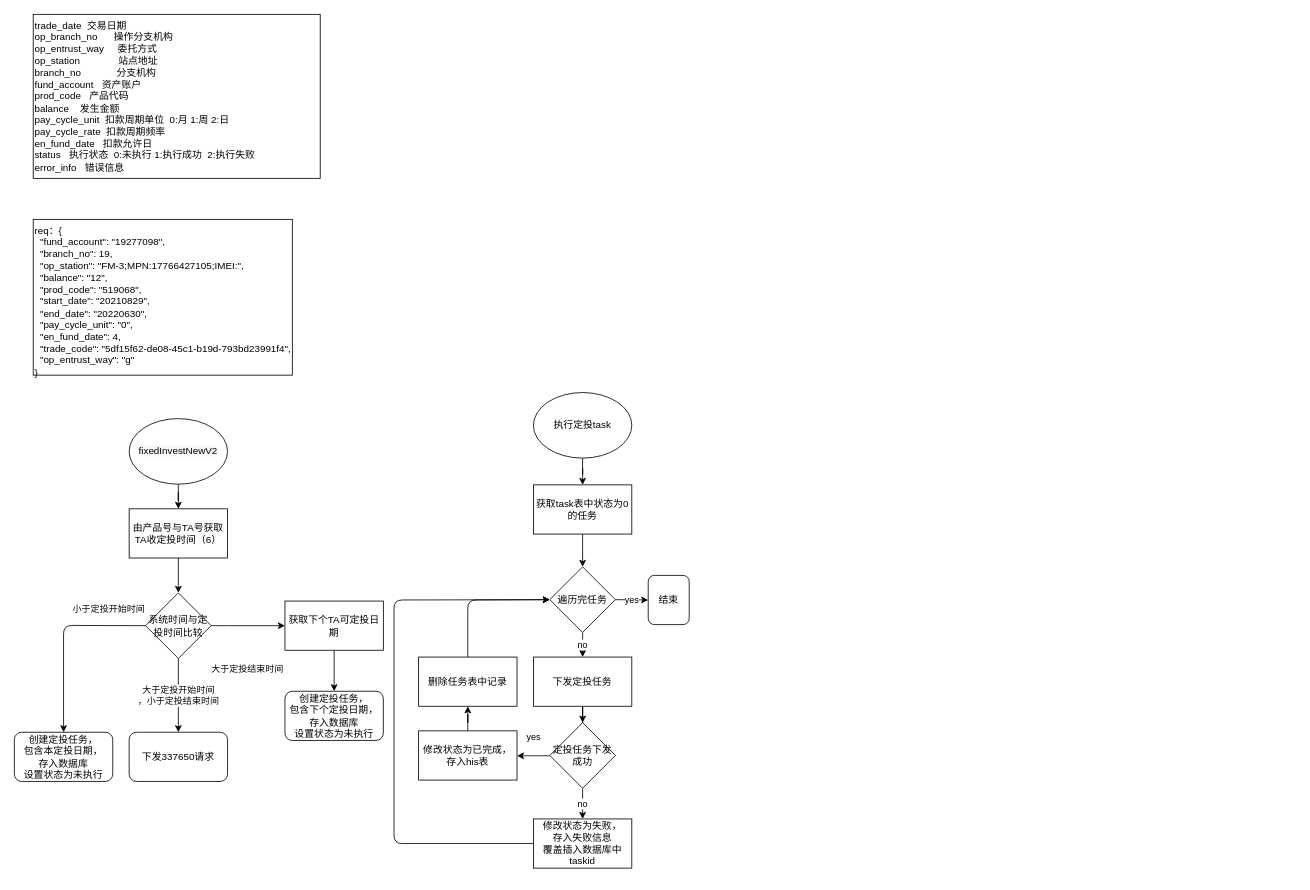
Before: page "Page-1" (1 of 2) of 定投情况.drawio in leehomda/firsttest, a draw.io diagram. Source tidied: cells renumbered, new cells numbered last; positions are measured from the earlier drawing's top-left corner, leaving out a move shared by most shapes. Both pictures are drawn from the tidied source at 82%, with x=0, y=0 at pixel (14, 14).
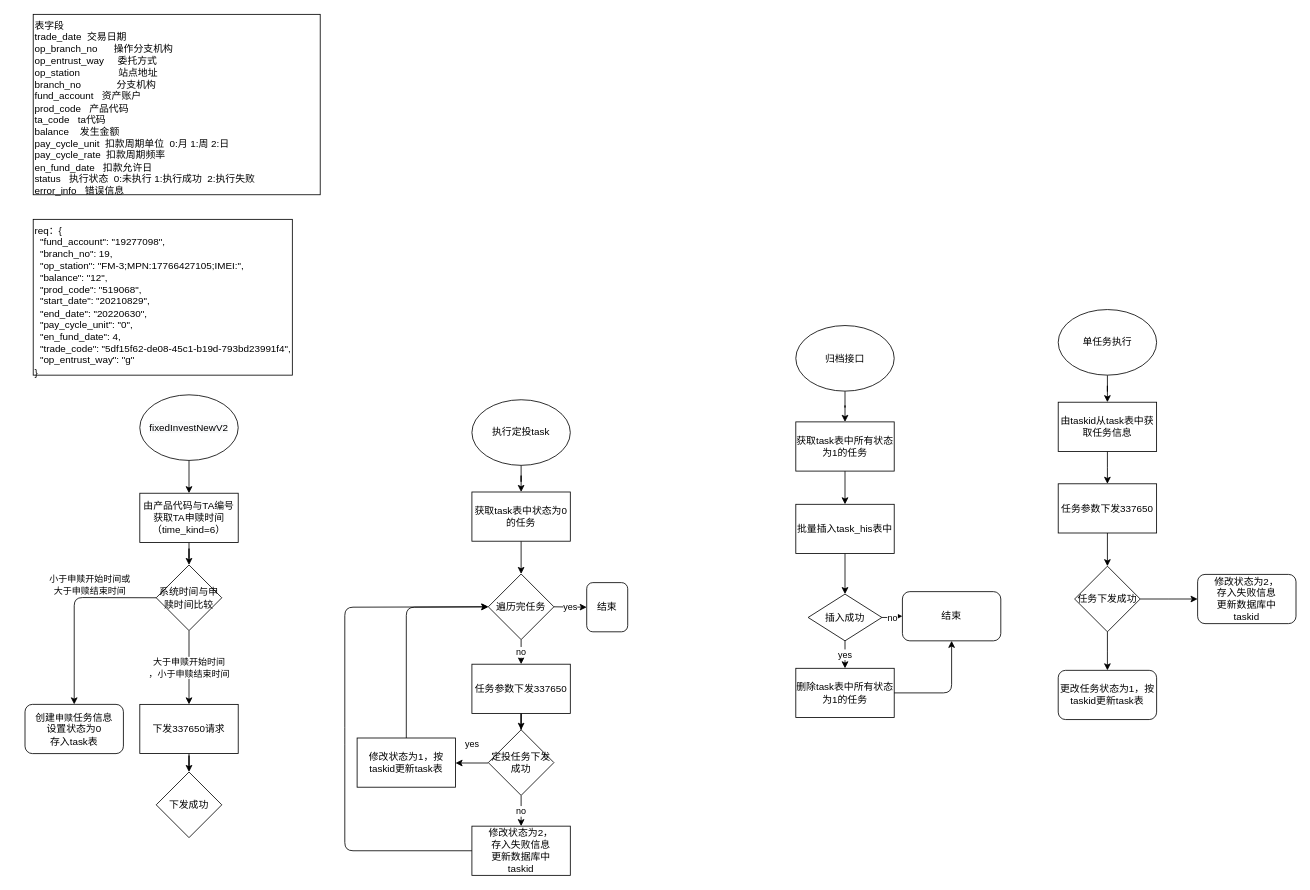
After the change.

The edit, as a diff of the source:
```diff
@@
     <mxCell id="4" value="&#10;&#10;&lt;span style=&quot;color: rgb(0, 0, 0); font-family: helvetica; font-size: 12px; font-style: normal; font-weight: 400; letter-spacing: normal; text-align: center; text-indent: 0px; text-transform: none; word-spacing: 0px; background-color: rgb(248, 249, 250); display: inline; float: none;&quot;&gt;fixedInvestNewV2&lt;/span&gt;&#10;&#10;" style="ellipse;whiteSpace=wrap;html=1;align=center;verticalAlign=middle;" parent="1" vertex="1">
-      <mxGeometry x="140" y="493" width="120" height="80" as="geometry" />
+      <mxGeometry x="153" y="464" width="120" height="80" as="geometry" />
     </mxCell>
@@
-    <mxCell id="6" value="由产品号与TA号获取TA收定投时间（6）" style="rounded=0;whiteSpace=wrap;html=1;align=center;verticalAlign=middle;" parent="1" vertex="1">
-      <mxGeometry x="140" y="603" width="120" height="60" as="geometry" />
+    <mxCell id="6" value="由产品代码与TA编号获取TA申赎时间（time_kind=6）" style="rounded=0;whiteSpace=wrap;html=1;align=center;verticalAlign=middle;" parent="1" vertex="1">
+      <mxGeometry x="153" y="584" width="120" height="60" as="geometry" />
     </mxCell>
-    <mxCell id="7" value="大于定投开始时间&lt;br&gt;，小于定投结束时间" style="edgeStyle=orthogonalEdgeStyle;rounded=0;jettySize=auto;html=1;entryX=0.5;entryY=0;entryDx=0;entryDy=0;" parent="1" edge="1" source="8" target="15">
-      <mxGeometry relative="1" as="geometry" />
+    <mxCell id="7" value="大于申赎开始时间&lt;br&gt;，小于申赎结束时间" style="edgeStyle=orthogonalEdgeStyle;rounded=0;jettySize=auto;html=1;entryX=0.5;entryY=0;entryDx=0;entryDy=0;" parent="1" edge="1" source="8">
+      <mxGeometry relative="1" as="geometry">
+        <mxPoint x="213" y="841.5" as="targetPoint" />
+      </mxGeometry>
     </mxCell>
-    <mxCell id="8" value="系统时间与定投时间比较" style="rhombus;whiteSpace=wrap;html=1;align=center;verticalAlign=middle;" parent="1" vertex="1">
-      <mxGeometry x="160" y="705.5" width="80" height="80" as="geometry" />
+    <mxCell id="8" value="系统时间与申赎时间比较" style="rhombus;whiteSpace=wrap;html=1;align=center;verticalAlign=middle;" parent="1" vertex="1">
+      <mxGeometry x="173" y="671.5" width="80" height="80" as="geometry" />
     </mxCell>
-    <mxCell id="9" style="edgeStyle=orthogonalEdgeStyle;rounded=0;jettySize=auto;html=1;" parent="1" edge="1" source="10" target="11">
-      <mxGeometry relative="1" as="geometry" />
+    <mxCell id="9" style="edgeStyle=orthogonalEdgeStyle;rounded=0;orthogonalLoop=1;jettySize=auto;html=1;" parent="1" edge="1">
+      <mxGeometry relative="1" as="geometry">
+        <mxPoint x="390" y="775.5" as="sourcePoint" />
+      </mxGeometry>
     </mxCell>
-    <mxCell id="10" value="获取下个TA可定投日期" style="rounded=0;whiteSpace=wrap;html=1;align=center;verticalAlign=middle;" parent="1" vertex="1">
-      <mxGeometry x="330" y="715.5" width="120" height="60" as="geometry" />
-    </mxCell>
-    <mxCell id="11" value="&lt;span&gt;创建定投任务，&lt;/span&gt;&lt;br&gt;&lt;span&gt;包含下个定投日期，存入数据库&lt;br&gt;&lt;/span&gt;设置状态为未执行&lt;span&gt;&lt;br&gt;&lt;/span&gt;" style="rounded=1;whiteSpace=wrap;html=1;align=center;verticalAlign=middle;" parent="1" vertex="1">
-      <mxGeometry x="330" y="825.5" width="120" height="60" as="geometry" />
-    </mxCell>
-    <mxCell id="12" style="endArrow=classic;html=1;exitX=1;exitY=0.5;exitDx=0;exitDy=0;entryX=0;entryY=0.5;entryDx=0;entryDy=0;" parent="1" edge="1" source="8" target="10">
-      <mxGeometry relative="1" as="geometry">
-        <Array as="points">
-          <mxPoint x="270" y="745.5" />
-        </Array>
-      </mxGeometry>
-    </mxCell>
-    <mxCell id="13" value="大于定投结束时间" style="edgeLabel;html=1;align=center;verticalAlign=middle;" parent="12" vertex="1">
-      <mxGeometry x="0.13" y="2" relative="1" as="geometry">
-        <mxPoint x="-8" y="55" as="offset" />
-      </mxGeometry>
-    </mxCell>
-    <mxCell id="14" value="小于定投开始时间" style="endArrow=classic;html=1;exitX=0;exitY=0.5;exitDx=0;exitDy=0;entryX=0.5;entryY=0;entryDx=0;entryDy=0;" parent="1" edge="1" source="8" target="16">
-      <mxGeometry x="-0.62" y="-20" relative="1" as="geometry">
+    <mxCell id="14" value="小于申赎开始时间或&lt;br&gt;大于申赎结束时间" style="endArrow=classic;html=1;exitX=0;exitY=0.5;exitDx=0;exitDy=0;entryX=0.5;entryY=0;entryDx=0;entryDy=0;" parent="1" edge="1" source="8" target="16">
+      <mxGeometry x="-0.3" y="-15" relative="1" as="geometry">
         <Array as="points">
-          <mxPoint x="60" y="745.2" />
+          <mxPoint x="73" y="711.2" />
         </Array>
-        <mxPoint x="-1" as="offset" />
       </mxGeometry>
     </mxCell>
-    <mxCell id="15" value="&lt;span&gt;下发337650请求&lt;/span&gt;" style="rounded=1;whiteSpace=wrap;html=1;align=center;verticalAlign=middle;" parent="1" vertex="1">
-      <mxGeometry x="140" y="875.5" width="120" height="60" as="geometry" />
-    </mxCell>
-    <mxCell id="16" value="创建定投任务，&lt;br&gt;包含本定投日期，&lt;br&gt;存入数据库&lt;br&gt;设置状态为未执行" style="rounded=1;whiteSpace=wrap;html=1;align=center;verticalAlign=middle;" parent="1" vertex="1">
-      <mxGeometry y="875.5" width="120" height="60" as="geometry" />
+    <mxCell id="16" value="创建&lt;span style=&quot;font-size: 11px ; background-color: rgb(255 , 255 , 255)&quot;&gt;申赎&lt;/span&gt;任务信息&lt;br&gt;设置状态为0&lt;br&gt;存入task表" style="rounded=1;whiteSpace=wrap;html=1;align=center;verticalAlign=middle;" parent="1" vertex="1">
+      <mxGeometry x="13" y="841.5" width="120" height="60" as="geometry" />
     </mxCell>
@@
     <mxCell id="18" value="执行定投task" style="ellipse;whiteSpace=wrap;html=1;align=center;verticalAlign=middle;" parent="1" vertex="1">
-      <mxGeometry x="633" y="461.2" width="120" height="80" as="geometry" />
+      <mxGeometry x="558" y="470" width="120" height="80" as="geometry" />
     </mxCell>
@@
     <mxCell id="20" value="获取task表中状态为0的任务" style="rounded=0;whiteSpace=wrap;html=1;align=center;verticalAlign=middle;" parent="1" vertex="1">
-      <mxGeometry x="633" y="573.8" width="120" height="60" as="geometry" />
+      <mxGeometry x="558" y="582.5" width="120" height="60" as="geometry" />
     </mxCell>
@@
     <mxCell id="22" value="遍历完任务" style="rhombus;whiteSpace=wrap;html=1;align=center;verticalAlign=middle;" parent="1" vertex="1">
-      <mxGeometry x="653" y="673.8" width="80" height="80" as="geometry" />
+      <mxGeometry x="578" y="682.5" width="80" height="80" as="geometry" />
     </mxCell>
@@
-    <mxCell id="24" value="下发定投任务" style="rounded=0;whiteSpace=wrap;html=1;align=center;verticalAlign=middle;" parent="1" vertex="1">
-      <mxGeometry x="633" y="783.8" width="120" height="60" as="geometry" />
+    <mxCell id="24" value="任务参数下发337650" style="rounded=0;whiteSpace=wrap;html=1;align=center;verticalAlign=middle;" parent="1" vertex="1">
+      <mxGeometry x="558" y="792.5" width="120" height="60" as="geometry" />
     </mxCell>
@@
     <mxCell id="26" value="定投任务下发成功" style="rhombus;whiteSpace=wrap;html=1;align=center;verticalAlign=middle;" parent="1" vertex="1">
-      <mxGeometry x="653" y="863.8" width="80" height="80" as="geometry" />
+      <mxGeometry x="578" y="872.5" width="80" height="80" as="geometry" />
     </mxCell>
-    <mxCell id="27" value="修改状态为失败，&lt;br&gt;存入失败信息&lt;br&gt;覆盖插入数据库中&lt;br&gt;taskid" style="rounded=0;whiteSpace=wrap;html=1;align=center;verticalAlign=middle;" parent="1" vertex="1">
-      <mxGeometry x="633" y="981.2" width="120" height="60" as="geometry" />
+    <mxCell id="27" value="修改状态为2，&lt;br&gt;存入失败信息&lt;br&gt;更新数据库中&lt;br&gt;taskid" style="rounded=0;whiteSpace=wrap;html=1;align=center;verticalAlign=middle;" parent="1" vertex="1">
+      <mxGeometry x="558" y="990" width="120" height="60" as="geometry" />
     </mxCell>
-    <mxCell id="28" style="edgeStyle=orthogonalEdgeStyle;rounded=0;jettySize=auto;html=1;" parent="1" edge="1" source="29" target="34">
-      <mxGeometry relative="1" as="geometry" />
-    </mxCell>
-    <mxCell id="29" value="修改状态为已完成，存入his表" style="rounded=0;whiteSpace=wrap;html=1;align=center;verticalAlign=middle;" parent="1" vertex="1">
-      <mxGeometry x="493" y="873.8" width="120" height="60" as="geometry" />
+    <mxCell id="29" value="修改状态为1，按taskid更新task表" style="rounded=0;whiteSpace=wrap;html=1;align=center;verticalAlign=middle;" parent="1" vertex="1">
+      <mxGeometry x="418" y="882.5" width="120" height="60" as="geometry" />
     </mxCell>
     <mxCell id="30" value="yes" style="endArrow=classic;html=1;" parent="1" edge="1">
       <mxGeometry y="-23" relative="1" as="geometry">
-        <mxPoint x="653" y="904.2" as="sourcePoint" />
-        <mxPoint x="613" y="904.2" as="targetPoint" />
+        <mxPoint x="578" y="913" as="sourcePoint" />
+        <mxPoint x="538" y="913" as="targetPoint" />
       </mxGeometry>
     </mxCell>
     <mxCell id="31" style="endArrow=classic;html=1;exitX=0;exitY=0.5;exitDx=0;exitDy=0;entryX=0;entryY=0.5;entryDx=0;entryDy=0;" parent="1" edge="1" source="27" target="22">
       <mxGeometry relative="1" as="geometry">
         <Array as="points">
-          <mxPoint x="463" y="1011.2" />
-          <mxPoint x="463" y="871.2" />
-          <mxPoint x="463" y="714.2" />
+          <mxPoint x="403" y="1020" />
+          <mxPoint x="403" y="880" />
+          <mxPoint x="403" y="723" />
         </Array>
       </mxGeometry>
     </mxCell>
     <mxCell id="32" value="结束" style="rounded=1;whiteSpace=wrap;html=1;align=center;verticalAlign=middle;" parent="1" vertex="1">
-      <mxGeometry x="773" y="684.2" width="50" height="60" as="geometry" />
+      <mxGeometry x="698" y="693" width="50" height="60" as="geometry" />
     </mxCell>
@@
-    <mxCell id="34" value="删除任务表中记录" style="rounded=0;whiteSpace=wrap;html=1;align=center;verticalAlign=middle;" parent="1" vertex="1">
-      <mxGeometry x="493" y="783.8" width="120" height="60" as="geometry" />
-    </mxCell>
-    <mxCell id="35" style="endArrow=classic;html=1;exitX=0.5;exitY=0;exitDx=0;exitDy=0;entryX=0;entryY=0.5;entryDx=0;entryDy=0;" parent="1" edge="1" source="34" target="22">
+    <mxCell id="35" style="endArrow=classic;html=1;exitX=0.5;exitY=0;exitDx=0;exitDy=0;entryX=0;entryY=0.5;entryDx=0;entryDy=0;" parent="1" edge="1" source="29" target="22">
       <mxGeometry relative="1" as="geometry">
         <Array as="points">
-          <mxPoint x="553" y="714.2" />
+          <mxPoint x="478" y="723" />
         </Array>
       </mxGeometry>
     </mxCell>
-    <mxCell id="36" value="&lt;span&gt;trade_date&lt;span style=&quot;white-space: pre&quot;&gt; &lt;/span&gt;&lt;span style=&quot;white-space: pre&quot;&gt; &lt;/span&gt;交易日期&lt;br&gt;op_branch_no&amp;nbsp; &amp;nbsp; &amp;nbsp;&lt;span style=&quot;white-space: pre&quot;&gt; &lt;/span&gt;操作分支机构&amp;nbsp;&lt;/span&gt;&lt;br&gt;&lt;span&gt;op_entrust_way&amp;nbsp; &amp;nbsp; &lt;span style=&quot;white-space: pre&quot;&gt; &lt;/span&gt;委托方式&amp;nbsp;&lt;/span&gt;&lt;br&gt;&lt;span&gt;op_station&amp;nbsp; &amp;nbsp; &amp;nbsp; &amp;nbsp; &amp;nbsp; &amp;nbsp; &amp;nbsp;&lt;span style=&quot;white-space: pre&quot;&gt; &lt;/span&gt;站点地址&amp;nbsp;&lt;/span&gt;&lt;br&gt;&lt;span&gt;branch_no&amp;nbsp; &amp;nbsp; &amp;nbsp; &amp;nbsp; &amp;nbsp; &amp;nbsp; &lt;span style=&quot;white-space: pre&quot;&gt; &lt;/span&gt;分支机构&amp;nbsp;&lt;br&gt;&lt;/span&gt;fund_account &lt;span style=&quot;white-space: pre&quot;&gt; &lt;/span&gt;&lt;span style=&quot;white-space: pre&quot;&gt; &lt;/span&gt;资产账户&amp;nbsp;&lt;br&gt;prod_code &lt;span style=&quot;white-space: pre&quot;&gt; &lt;/span&gt;&lt;span style=&quot;white-space: pre&quot;&gt; &lt;/span&gt;产品代码&amp;nbsp;&lt;br&gt;balance &lt;span style=&quot;white-space: pre&quot;&gt; &lt;/span&gt;&lt;span style=&quot;white-space: pre&quot;&gt; &lt;/span&gt;&lt;span style=&quot;white-space: pre&quot;&gt; &lt;/span&gt;发生金额&amp;nbsp;&lt;br&gt;pay_cycle_unit &lt;span style=&quot;white-space: pre&quot;&gt; &lt;/span&gt;扣款周期单位&amp;nbsp; 0:月 1:周 2:日&lt;br&gt;pay_cycle_rate &lt;span style=&quot;white-space: pre&quot;&gt; &lt;/span&gt;扣款周期频率&amp;nbsp;&lt;br&gt;en_fund_date &lt;span style=&quot;white-space: pre&quot;&gt; &lt;/span&gt;&lt;span style=&quot;white-space: pre&quot;&gt; &lt;/span&gt;扣款允许日&lt;br&gt;&lt;span&gt;status&lt;span style=&quot;white-space: pre&quot;&gt; &lt;/span&gt;&lt;span style=&quot;white-space: pre&quot;&gt; &lt;/span&gt;&lt;span style=&quot;white-space: pre&quot;&gt; &lt;/span&gt;执行状态&amp;nbsp; 0:未执行 1:执行成功&amp;nbsp; 2:执行失败&lt;br&gt;error_info&lt;span style=&quot;white-space: pre&quot;&gt; &lt;/span&gt;&lt;span style=&quot;white-space: pre&quot;&gt; &lt;/span&gt;&lt;span style=&quot;white-space: pre&quot;&gt; &lt;/span&gt;错误信息&lt;br&gt;&lt;/span&gt;" style="rounded=0;whiteSpace=wrap;html=1;align=left;verticalAlign=top;" parent="1" vertex="1">
-      <mxGeometry x="23" width="350" height="200" as="geometry" />
+    <mxCell id="36" value="&lt;span&gt;表字段&lt;br&gt;trade_date&lt;span style=&quot;white-space: pre&quot;&gt; &lt;/span&gt;&lt;span style=&quot;white-space: pre&quot;&gt; &lt;/span&gt;交易日期&lt;br&gt;op_branch_no&amp;nbsp; &amp;nbsp; &amp;nbsp;&lt;span style=&quot;white-space: pre&quot;&gt; &lt;/span&gt;操作分支机构&amp;nbsp;&lt;/span&gt;&lt;br&gt;&lt;span&gt;op_entrust_way&amp;nbsp; &amp;nbsp; &lt;span style=&quot;white-space: pre&quot;&gt; &lt;/span&gt;委托方式&amp;nbsp;&lt;/span&gt;&lt;br&gt;&lt;span&gt;op_station&amp;nbsp; &amp;nbsp; &amp;nbsp; &amp;nbsp; &amp;nbsp; &amp;nbsp; &amp;nbsp;&lt;span style=&quot;white-space: pre&quot;&gt; &lt;/span&gt;站点地址&amp;nbsp;&lt;/span&gt;&lt;br&gt;&lt;span&gt;branch_no&amp;nbsp; &amp;nbsp; &amp;nbsp; &amp;nbsp; &amp;nbsp; &amp;nbsp; &lt;span style=&quot;white-space: pre&quot;&gt; &lt;/span&gt;分支机构&amp;nbsp;&lt;br&gt;&lt;/span&gt;fund_account &lt;span style=&quot;white-space: pre&quot;&gt; &lt;/span&gt;&lt;span style=&quot;white-space: pre&quot;&gt; &lt;/span&gt;资产账户&amp;nbsp;&lt;br&gt;prod_code &lt;span style=&quot;white-space: pre&quot;&gt; &lt;/span&gt;&lt;span style=&quot;white-space: pre&quot;&gt; &lt;/span&gt;产品代码&lt;br&gt;ta_code&lt;span style=&quot;white-space: pre&quot;&gt; &lt;/span&gt;&lt;span style=&quot;white-space: pre&quot;&gt; &lt;/span&gt;&lt;span style=&quot;white-space: pre&quot;&gt; &lt;/span&gt;ta代码&amp;nbsp;&lt;br&gt;balance &lt;span style=&quot;white-space: pre&quot;&gt; &lt;/span&gt;&lt;span style=&quot;white-space: pre&quot;&gt; &lt;/span&gt;&lt;span style=&quot;white-space: pre&quot;&gt; &lt;/span&gt;发生金额&amp;nbsp;&lt;br&gt;pay_cycle_unit &lt;span style=&quot;white-space: pre&quot;&gt; &lt;/span&gt;扣款周期单位&amp;nbsp; 0:月 1:周 2:日&lt;br&gt;pay_cycle_rate &lt;span style=&quot;white-space: pre&quot;&gt; &lt;/span&gt;扣款周期频率&amp;nbsp;&lt;br&gt;en_fund_date &lt;span style=&quot;white-space: pre&quot;&gt; &lt;/span&gt;&lt;span style=&quot;white-space: pre&quot;&gt; &lt;/span&gt;扣款允许日&lt;br&gt;&lt;span&gt;status&lt;span style=&quot;white-space: pre&quot;&gt; &lt;/span&gt;&lt;span style=&quot;white-space: pre&quot;&gt; &lt;/span&gt;&lt;span style=&quot;white-space: pre&quot;&gt; &lt;/span&gt;执行状态&amp;nbsp; 0:未执行 1:执行成功&amp;nbsp; 2:执行失败&lt;br&gt;error_info&lt;span style=&quot;white-space: pre&quot;&gt; &lt;/span&gt;&lt;span style=&quot;white-space: pre&quot;&gt; &lt;/span&gt;&lt;span style=&quot;white-space: pre&quot;&gt; &lt;/span&gt;错误信息&lt;br&gt;&lt;/span&gt;" style="rounded=0;whiteSpace=wrap;html=1;align=left;verticalAlign=top;" parent="1" vertex="1">
+      <mxGeometry x="23" width="350" height="220" as="geometry" />
     </mxCell>
+    <mxCell id="37" style="edgeStyle=orthogonalEdgeStyle;rounded=0;jettySize=auto;html=1;" parent="1" edge="1" source="38" target="40">
+      <mxGeometry relative="1" as="geometry" />
+    </mxCell>
+    <mxCell id="38" value="归档接口" style="ellipse;whiteSpace=wrap;html=1;align=center;verticalAlign=middle;" parent="1" vertex="1">
+      <mxGeometry x="953" y="379.5" width="120" height="80" as="geometry" />
+    </mxCell>
+    <mxCell id="39" style="edgeStyle=orthogonalEdgeStyle;rounded=0;jettySize=auto;html=1;" parent="1" edge="1" source="40" target="42">
+      <mxGeometry relative="1" as="geometry" />
+    </mxCell>
+    <mxCell id="40" value="获取task表中所有状态为1的任务" style="rounded=0;whiteSpace=wrap;html=1;align=center;verticalAlign=middle;" parent="1" vertex="1">
+      <mxGeometry x="953" y="497" width="120" height="60" as="geometry" />
+    </mxCell>
+    <mxCell id="41" style="edgeStyle=orthogonalEdgeStyle;rounded=0;jettySize=auto;html=1;" parent="1" edge="1" source="42" target="45">
+      <mxGeometry relative="1" as="geometry" />
+    </mxCell>
+    <mxCell id="42" value="批量插入task_his表中" style="rounded=0;whiteSpace=wrap;html=1;align=center;verticalAlign=middle;" parent="1" vertex="1">
+      <mxGeometry x="953" y="597.5" width="120" height="60" as="geometry" />
+    </mxCell>
+    <mxCell id="43" value="yes" style="edgeStyle=orthogonalEdgeStyle;rounded=0;jettySize=auto;html=1;" parent="1" edge="1" source="45" target="46">
+      <mxGeometry relative="1" as="geometry" />
+    </mxCell>
+    <mxCell id="44" value="no" style="edgeStyle=orthogonalEdgeStyle;rounded=0;jettySize=auto;html=1;" parent="1" edge="1" source="45" target="47">
+      <mxGeometry relative="1" as="geometry" />
+    </mxCell>
+    <mxCell id="45" value="插入成功" style="rhombus;whiteSpace=wrap;html=1;align=center;verticalAlign=middle;" parent="1" vertex="1">
+      <mxGeometry x="968" y="707" width="90" height="57" as="geometry" />
+    </mxCell>
+    <mxCell id="46" value="删除task表中所有状态为1的任务" style="rounded=0;whiteSpace=wrap;html=1;align=center;verticalAlign=middle;" parent="1" vertex="1">
+      <mxGeometry x="953" y="797.5" width="120" height="60" as="geometry" />
+    </mxCell>
+    <mxCell id="47" value="结束" style="rounded=1;whiteSpace=wrap;html=1;align=center;verticalAlign=middle;" parent="1" vertex="1">
+      <mxGeometry x="1083" y="704" width="120" height="60" as="geometry" />
+    </mxCell>
+    <mxCell id="48" style="endArrow=classic;html=1;exitX=1;exitY=0.5;exitDx=0;exitDy=0;entryX=0.5;entryY=1;entryDx=0;entryDy=0;" parent="1" edge="1" source="46" target="47">
+      <mxGeometry relative="1" as="geometry">
+        <Array as="points">
+          <mxPoint x="1143" y="827.5" />
+        </Array>
+      </mxGeometry>
+    </mxCell>
+    <mxCell id="49" style="edgeStyle=orthogonalEdgeStyle;rounded=0;jettySize=auto;html=1;" parent="1" edge="1" source="50" target="52">
+      <mxGeometry relative="1" as="geometry" />
+    </mxCell>
+    <mxCell id="50" value="单任务执行" style="ellipse;whiteSpace=wrap;html=1;align=center;verticalAlign=middle;" parent="1" vertex="1">
+      <mxGeometry x="1273" y="360" width="120" height="80" as="geometry" />
+    </mxCell>
+    <mxCell id="51" style="edgeStyle=orthogonalEdgeStyle;rounded=0;jettySize=auto;html=1;" parent="1" edge="1" source="52" target="54">
+      <mxGeometry relative="1" as="geometry" />
+    </mxCell>
+    <mxCell id="52" value="由taskid从task表中获取任务信息" style="rounded=0;whiteSpace=wrap;html=1;align=center;verticalAlign=middle;" parent="1" vertex="1">
+      <mxGeometry x="1273" y="473" width="120" height="60" as="geometry" />
+    </mxCell>
+    <mxCell id="53" style="edgeStyle=orthogonalEdgeStyle;rounded=0;jettySize=auto;html=1;" parent="1" edge="1" source="54" target="57">
+      <mxGeometry relative="1" as="geometry" />
+    </mxCell>
+    <mxCell id="54" value="任务参数下发337650" style="rounded=0;whiteSpace=wrap;html=1;align=center;verticalAlign=middle;" parent="1" vertex="1">
+      <mxGeometry x="1273" y="572.5" width="120" height="60" as="geometry" />
+    </mxCell>
+    <mxCell id="55" style="edgeStyle=orthogonalEdgeStyle;rounded=0;jettySize=auto;html=1;" parent="1" edge="1" source="57">
+      <mxGeometry relative="1" as="geometry">
+        <mxPoint x="1443" y="713" as="targetPoint" />
+      </mxGeometry>
+    </mxCell>
+    <mxCell id="56" style="edgeStyle=orthogonalEdgeStyle;rounded=0;jettySize=auto;html=1;" parent="1" edge="1" source="57">
+      <mxGeometry relative="1" as="geometry">
+        <mxPoint x="1333" y="800" as="targetPoint" />
+      </mxGeometry>
+    </mxCell>
+    <mxCell id="57" value="任务下发成功" style="rhombus;whiteSpace=wrap;html=1;align=center;verticalAlign=middle;" parent="1" vertex="1">
+      <mxGeometry x="1293" y="673" width="80" height="80" as="geometry" />
+    </mxCell>
+    <mxCell id="58" value="&lt;span&gt;更改任务状态为1，按taskid更新task表&lt;/span&gt;" style="rounded=1;whiteSpace=wrap;html=1;align=center;verticalAlign=middle;" parent="1" vertex="1">
+      <mxGeometry x="1273" y="800" width="120" height="60" as="geometry" />
+    </mxCell>
+    <mxCell id="59" value="&lt;span&gt;修改状态为2，&lt;/span&gt;&lt;br&gt;&lt;span&gt;存入失败信息&lt;/span&gt;&lt;br&gt;&lt;span&gt;更新数据库中&lt;/span&gt;&lt;br&gt;&lt;span&gt;taskid&lt;/span&gt;" style="rounded=1;whiteSpace=wrap;html=1;align=center;verticalAlign=middle;" parent="1" vertex="1">
+      <mxGeometry x="1443" y="683" width="120" height="60" as="geometry" />
+    </mxCell>
+    <mxCell id="60" value="下发成功" style="rhombus;whiteSpace=wrap;html=1;align=center;verticalAlign=middle;" parent="1" vertex="1">
+      <mxGeometry x="173" y="924" width="80" height="80" as="geometry" />
+    </mxCell>
+    <mxCell id="61" style="edgeStyle=orthogonalEdgeStyle;rounded=0;jettySize=auto;html=1;" parent="1" edge="1" source="15" target="60">
+      <mxGeometry relative="1" as="geometry" />
+    </mxCell>
+    <mxCell id="15" value="&lt;span&gt;下发337650请求&lt;/span&gt;" style="rounded=0;whiteSpace=wrap;html=1;align=center;verticalAlign=middle;" parent="1" vertex="1">
+      <mxGeometry x="153" y="841.5" width="120" height="60" as="geometry" />
+    </mxCell>
```
